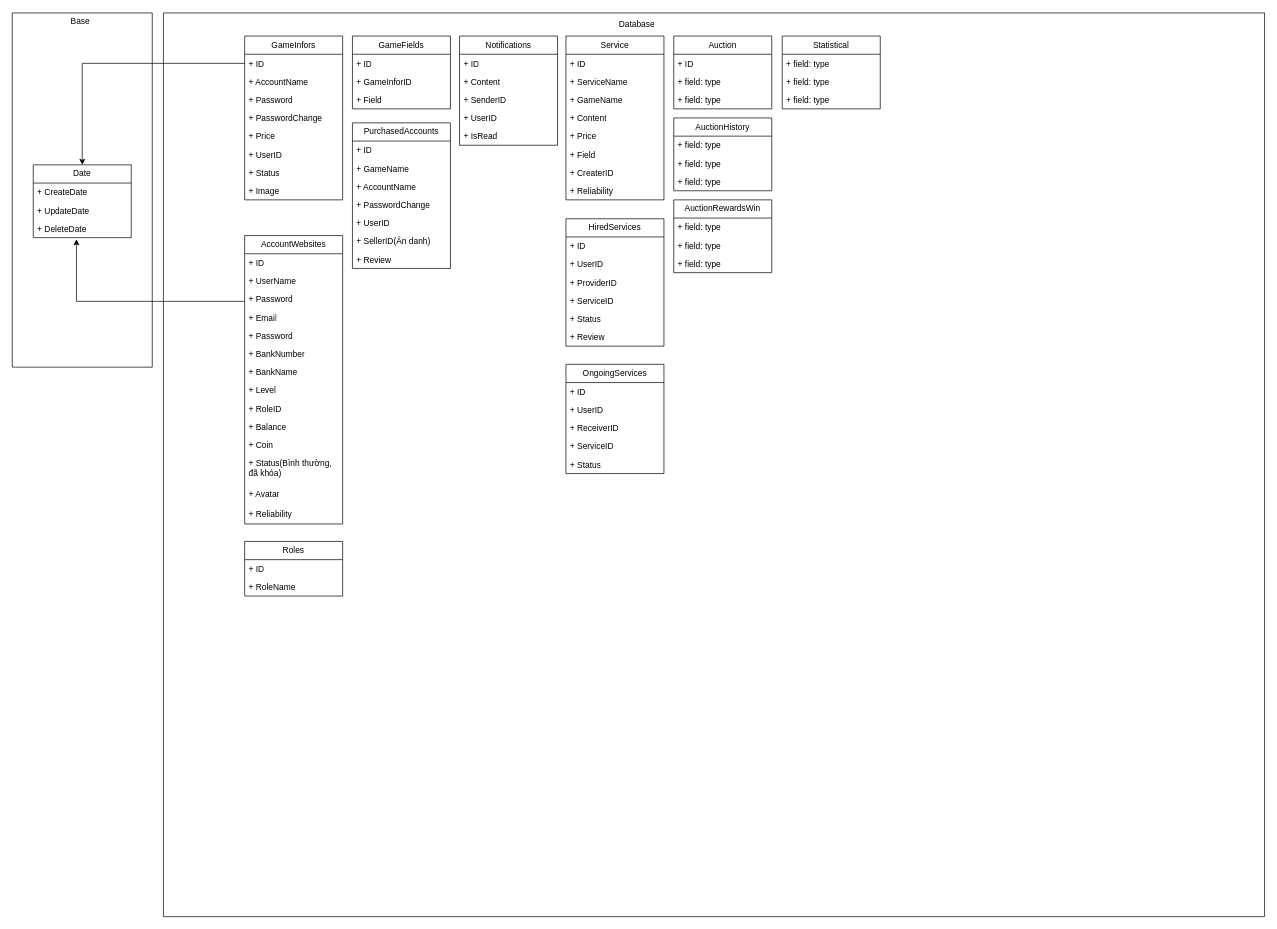
Before: Biểu đồ không có tiêu đề.drawio in RudeusGs/GameTradeZone, a draw.io diagram. Source tidied: cells renumbered, new cells numbered last; positions are measured from the earlier drawing's top-left corner, leaving out a move shared by most shapes. Both pictures are drawn from the tidied source at 70%, with x=0, y=0 at pixel (12, 12).
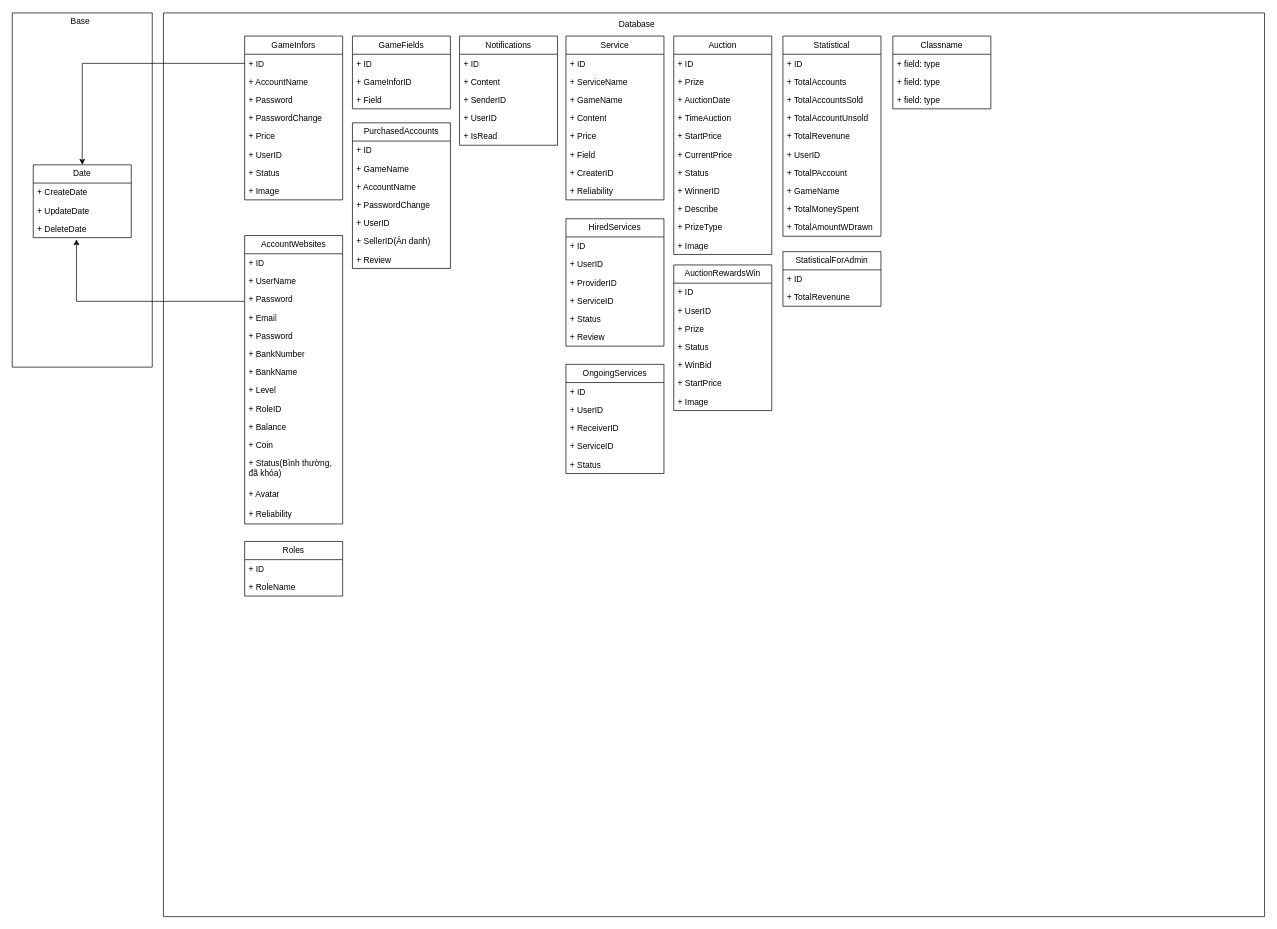
The same page after the edit.

The change refers to these unchanged cells:
```xml
<mxCell id="24" style="swimlane;startSize=0;" parent="1" vertex="1">
  <mxGeometry x="216" y="1" width="1573" height="1291" as="geometry" />
</mxCell>
```

Diff of the diagram source:
```diff
@@
     <mxCell id="78" value="Auction" style="swimlane;fontStyle=0;horizontal=1;startSize=26;fillColor=none;whiteSpace=wrap;html=1;" parent="24" vertex="1">
-      <mxGeometry x="729" y="33" width="140" height="104" as="geometry" />
+      <mxGeometry x="729" y="33" width="140" height="312" as="geometry" />
     </mxCell>
@@
-    <mxCell id="80" value="+ field: type" style="text;strokeColor=none;fillColor=none;align=left;verticalAlign=top;spacingLeft=4;spacingRight=4;overflow=hidden;whiteSpace=wrap;html=1;" parent="78" vertex="1">
+    <mxCell id="80" value="+ Prize" style="text;strokeColor=none;fillColor=none;align=left;verticalAlign=top;spacingLeft=4;spacingRight=4;overflow=hidden;whiteSpace=wrap;html=1;" parent="78" vertex="1">
       <mxGeometry y="52" width="140" height="26" as="geometry" />
     </mxCell>
-    <mxCell id="81" value="+ field: type" style="text;strokeColor=none;fillColor=none;align=left;verticalAlign=top;spacingLeft=4;spacingRight=4;overflow=hidden;whiteSpace=wrap;html=1;" parent="78" vertex="1">
+    <mxCell id="81" value="+ AuctionDate" style="text;strokeColor=none;fillColor=none;align=left;verticalAlign=top;spacingLeft=4;spacingRight=4;overflow=hidden;whiteSpace=wrap;html=1;" parent="78" vertex="1">
       <mxGeometry y="78" width="140" height="26" as="geometry" />
     </mxCell>
-    <mxCell id="82" value="AuctionHistory" style="swimlane;fontStyle=0;horizontal=1;startSize=26;fillColor=none;whiteSpace=wrap;html=1;" parent="24" vertex="1">
-      <mxGeometry x="729" y="150" width="140" height="104" as="geometry" />
-    </mxCell>
-    <mxCell id="83" value="+ field: type" style="text;strokeColor=none;fillColor=none;align=left;verticalAlign=top;spacingLeft=4;spacingRight=4;overflow=hidden;whiteSpace=wrap;html=1;" parent="82" vertex="1">
-      <mxGeometry y="26" width="140" height="26" as="geometry" />
-    </mxCell>
-    <mxCell id="84" value="+ field: type" style="text;strokeColor=none;fillColor=none;align=left;verticalAlign=top;spacingLeft=4;spacingRight=4;overflow=hidden;whiteSpace=wrap;html=1;" parent="82" vertex="1">
-      <mxGeometry y="52" width="140" height="26" as="geometry" />
-    </mxCell>
-    <mxCell id="85" value="+ field: type" style="text;strokeColor=none;fillColor=none;align=left;verticalAlign=top;spacingLeft=4;spacingRight=4;overflow=hidden;whiteSpace=wrap;html=1;" parent="82" vertex="1">
-      <mxGeometry y="78" width="140" height="26" as="geometry" />
-    </mxCell>
+    <mxCell id="95" value="+ TimeAuction" style="text;strokeColor=none;fillColor=none;align=left;verticalAlign=top;spacingLeft=4;spacingRight=4;overflow=hidden;whiteSpace=wrap;html=1;" parent="78" vertex="1">
+      <mxGeometry y="104" width="140" height="26" as="geometry" />
+    </mxCell>
+    <mxCell id="96" value="+ StartPrice" style="text;strokeColor=none;fillColor=none;align=left;verticalAlign=top;spacingLeft=4;spacingRight=4;overflow=hidden;whiteSpace=wrap;html=1;" parent="78" vertex="1">
+      <mxGeometry y="130" width="140" height="26" as="geometry" />
+    </mxCell>
+    <mxCell id="97" value="+ CurrentPrice" style="text;strokeColor=none;fillColor=none;align=left;verticalAlign=top;spacingLeft=4;spacingRight=4;overflow=hidden;whiteSpace=wrap;html=1;" parent="78" vertex="1">
+      <mxGeometry y="156" width="140" height="26" as="geometry" />
+    </mxCell>
+    <mxCell id="98" value="+ Status" style="text;strokeColor=none;fillColor=none;align=left;verticalAlign=top;spacingLeft=4;spacingRight=4;overflow=hidden;whiteSpace=wrap;html=1;" parent="78" vertex="1">
+      <mxGeometry y="182" width="140" height="26" as="geometry" />
+    </mxCell>
+    <mxCell id="99" value="+ WinnerID" style="text;strokeColor=none;fillColor=none;align=left;verticalAlign=top;spacingLeft=4;spacingRight=4;overflow=hidden;whiteSpace=wrap;html=1;" parent="78" vertex="1">
+      <mxGeometry y="208" width="140" height="26" as="geometry" />
+    </mxCell>
+    <mxCell id="100" value="+ Describe" style="text;strokeColor=none;fillColor=none;align=left;verticalAlign=top;spacingLeft=4;spacingRight=4;overflow=hidden;whiteSpace=wrap;html=1;" parent="78" vertex="1">
+      <mxGeometry y="234" width="140" height="26" as="geometry" />
+    </mxCell>
+    <mxCell id="101" value="+ PrizeType" style="text;strokeColor=none;fillColor=none;align=left;verticalAlign=top;spacingLeft=4;spacingRight=4;overflow=hidden;whiteSpace=wrap;html=1;" parent="78" vertex="1">
+      <mxGeometry y="260" width="140" height="26" as="geometry" />
+    </mxCell>
+    <mxCell id="102" value="+ Image" style="text;strokeColor=none;fillColor=none;align=left;verticalAlign=top;spacingLeft=4;spacingRight=4;overflow=hidden;whiteSpace=wrap;html=1;" parent="78" vertex="1">
+      <mxGeometry y="286" width="140" height="26" as="geometry" />
+    </mxCell>
     <mxCell id="86" value="AuctionRewardsWin" style="swimlane;fontStyle=0;horizontal=1;startSize=26;fillColor=none;whiteSpace=wrap;html=1;" parent="24" vertex="1">
-      <mxGeometry x="729" y="267" width="140" height="104" as="geometry" />
+      <mxGeometry x="729" y="360" width="140" height="208" as="geometry" />
     </mxCell>
-    <mxCell id="87" value="+ field: type" style="text;strokeColor=none;fillColor=none;align=left;verticalAlign=top;spacingLeft=4;spacingRight=4;overflow=hidden;whiteSpace=wrap;html=1;" parent="86" vertex="1">
+    <mxCell id="87" value="+ ID" style="text;strokeColor=none;fillColor=none;align=left;verticalAlign=top;spacingLeft=4;spacingRight=4;overflow=hidden;whiteSpace=wrap;html=1;" parent="86" vertex="1">
       <mxGeometry y="26" width="140" height="26" as="geometry" />
     </mxCell>
-    <mxCell id="88" value="+ field: type" style="text;strokeColor=none;fillColor=none;align=left;verticalAlign=top;spacingLeft=4;spacingRight=4;overflow=hidden;whiteSpace=wrap;html=1;" parent="86" vertex="1">
+    <mxCell id="88" value="+ UserID" style="text;strokeColor=none;fillColor=none;align=left;verticalAlign=top;spacingLeft=4;spacingRight=4;overflow=hidden;whiteSpace=wrap;html=1;" parent="86" vertex="1">
       <mxGeometry y="52" width="140" height="26" as="geometry" />
     </mxCell>
-    <mxCell id="89" value="+ field: type" style="text;strokeColor=none;fillColor=none;align=left;verticalAlign=top;spacingLeft=4;spacingRight=4;overflow=hidden;whiteSpace=wrap;html=1;" parent="86" vertex="1">
+    <mxCell id="89" value="+ Prize" style="text;strokeColor=none;fillColor=none;align=left;verticalAlign=top;spacingLeft=4;spacingRight=4;overflow=hidden;whiteSpace=wrap;html=1;" parent="86" vertex="1">
       <mxGeometry y="78" width="140" height="26" as="geometry" />
     </mxCell>
+    <mxCell id="103" value="+ Status" style="text;strokeColor=none;fillColor=none;align=left;verticalAlign=top;spacingLeft=4;spacingRight=4;overflow=hidden;whiteSpace=wrap;html=1;" parent="86" vertex="1">
+      <mxGeometry y="104" width="140" height="26" as="geometry" />
+    </mxCell>
+    <mxCell id="104" value="+ WinBid" style="text;strokeColor=none;fillColor=none;align=left;verticalAlign=top;spacingLeft=4;spacingRight=4;overflow=hidden;whiteSpace=wrap;html=1;" parent="86" vertex="1">
+      <mxGeometry y="130" width="140" height="26" as="geometry" />
+    </mxCell>
+    <mxCell id="105" value="+ StartPrice" style="text;strokeColor=none;fillColor=none;align=left;verticalAlign=top;spacingLeft=4;spacingRight=4;overflow=hidden;whiteSpace=wrap;html=1;" parent="86" vertex="1">
+      <mxGeometry y="156" width="140" height="26" as="geometry" />
+    </mxCell>
+    <mxCell id="106" value="+ Image" style="text;strokeColor=none;fillColor=none;align=left;verticalAlign=top;spacingLeft=4;spacingRight=4;overflow=hidden;whiteSpace=wrap;html=1;" parent="86" vertex="1">
+      <mxGeometry y="182" width="140" height="26" as="geometry" />
+    </mxCell>
     <mxCell id="90" value="Statistical" style="swimlane;fontStyle=0;horizontal=1;startSize=26;fillColor=none;whiteSpace=wrap;html=1;" parent="24" vertex="1">
-      <mxGeometry x="884" y="33" width="140" height="104" as="geometry" />
+      <mxGeometry x="885" y="33" width="140" height="286" as="geometry" />
     </mxCell>
-    <mxCell id="91" value="+ field: type" style="text;strokeColor=none;fillColor=none;align=left;verticalAlign=top;spacingLeft=4;spacingRight=4;overflow=hidden;whiteSpace=wrap;html=1;" parent="90" vertex="1">
+    <mxCell id="91" value="+ ID" style="text;strokeColor=none;fillColor=none;align=left;verticalAlign=top;spacingLeft=4;spacingRight=4;overflow=hidden;whiteSpace=wrap;html=1;" parent="90" vertex="1">
       <mxGeometry y="26" width="140" height="26" as="geometry" />
     </mxCell>
-    <mxCell id="92" value="+ field: type" style="text;strokeColor=none;fillColor=none;align=left;verticalAlign=top;spacingLeft=4;spacingRight=4;overflow=hidden;whiteSpace=wrap;html=1;" parent="90" vertex="1">
+    <mxCell id="92" value="+ TotalAccounts" style="text;strokeColor=none;fillColor=none;align=left;verticalAlign=top;spacingLeft=4;spacingRight=4;overflow=hidden;whiteSpace=wrap;html=1;" parent="90" vertex="1">
       <mxGeometry y="52" width="140" height="26" as="geometry" />
     </mxCell>
-    <mxCell id="93" value="+ field: type" style="text;strokeColor=none;fillColor=none;align=left;verticalAlign=top;spacingLeft=4;spacingRight=4;overflow=hidden;whiteSpace=wrap;html=1;" parent="90" vertex="1">
+    <mxCell id="93" value="+ TotalAccountsSold" style="text;strokeColor=none;fillColor=none;align=left;verticalAlign=top;spacingLeft=4;spacingRight=4;overflow=hidden;whiteSpace=wrap;html=1;" parent="90" vertex="1">
       <mxGeometry y="78" width="140" height="26" as="geometry" />
     </mxCell>
+    <mxCell id="107" value="+ TotalAccountUnsold" style="text;strokeColor=none;fillColor=none;align=left;verticalAlign=top;spacingLeft=4;spacingRight=4;overflow=hidden;whiteSpace=wrap;html=1;" parent="90" vertex="1">
+      <mxGeometry y="104" width="140" height="26" as="geometry" />
+    </mxCell>
+    <mxCell id="108" value="+ TotalRevenune" style="text;strokeColor=none;fillColor=none;align=left;verticalAlign=top;spacingLeft=4;spacingRight=4;overflow=hidden;whiteSpace=wrap;html=1;" parent="90" vertex="1">
+      <mxGeometry y="130" width="140" height="26" as="geometry" />
+    </mxCell>
+    <mxCell id="109" value="+ UserID" style="text;strokeColor=none;fillColor=none;align=left;verticalAlign=top;spacingLeft=4;spacingRight=4;overflow=hidden;whiteSpace=wrap;html=1;" parent="90" vertex="1">
+      <mxGeometry y="156" width="140" height="26" as="geometry" />
+    </mxCell>
+    <mxCell id="110" value="+ TotalPAccount" style="text;strokeColor=none;fillColor=none;align=left;verticalAlign=top;spacingLeft=4;spacingRight=4;overflow=hidden;whiteSpace=wrap;html=1;" parent="90" vertex="1">
+      <mxGeometry y="182" width="140" height="26" as="geometry" />
+    </mxCell>
+    <mxCell id="111" value="+ GameName" style="text;strokeColor=none;fillColor=none;align=left;verticalAlign=top;spacingLeft=4;spacingRight=4;overflow=hidden;whiteSpace=wrap;html=1;" parent="90" vertex="1">
+      <mxGeometry y="208" width="140" height="26" as="geometry" />
+    </mxCell>
+    <mxCell id="112" value="+ TotalMoneySpent" style="text;strokeColor=none;fillColor=none;align=left;verticalAlign=top;spacingLeft=4;spacingRight=4;overflow=hidden;whiteSpace=wrap;html=1;" parent="90" vertex="1">
+      <mxGeometry y="234" width="140" height="26" as="geometry" />
+    </mxCell>
+    <mxCell id="113" value="+ TotalAmountWDrawn" style="text;strokeColor=none;fillColor=none;align=left;verticalAlign=top;spacingLeft=4;spacingRight=4;overflow=hidden;whiteSpace=wrap;html=1;" parent="90" vertex="1">
+      <mxGeometry y="260" width="140" height="26" as="geometry" />
+    </mxCell>
+    <mxCell id="114" value="StatisticalForAdmin" style="swimlane;fontStyle=0;horizontal=1;startSize=26;fillColor=none;whiteSpace=wrap;html=1;" parent="24" vertex="1">
+      <mxGeometry x="885" y="341" width="140" height="78" as="geometry" />
+    </mxCell>
+    <mxCell id="115" value="+ ID" style="text;strokeColor=none;fillColor=none;align=left;verticalAlign=top;spacingLeft=4;spacingRight=4;overflow=hidden;whiteSpace=wrap;html=1;" parent="114" vertex="1">
+      <mxGeometry y="26" width="140" height="26" as="geometry" />
+    </mxCell>
+    <mxCell id="116" value="+ TotalRevenune" style="text;strokeColor=none;fillColor=none;align=left;verticalAlign=top;spacingLeft=4;spacingRight=4;overflow=hidden;whiteSpace=wrap;html=1;" parent="114" vertex="1">
+      <mxGeometry y="52" width="140" height="26" as="geometry" />
+    </mxCell>
@@
+    <mxCell id="117" value="Classname" style="swimlane;fontStyle=0;horizontal=1;startSize=26;fillColor=none;whiteSpace=wrap;html=1;" parent="1" vertex="1">
+      <mxGeometry x="1258" y="34" width="140" height="104" as="geometry" />
+    </mxCell>
+    <mxCell id="83" value="+ field: type" style="text;strokeColor=none;fillColor=none;align=left;verticalAlign=top;spacingLeft=4;spacingRight=4;overflow=hidden;whiteSpace=wrap;html=1;" parent="117" vertex="1">
+      <mxGeometry y="26" width="140" height="26" as="geometry" />
+    </mxCell>
+    <mxCell id="84" value="+ field: type" style="text;strokeColor=none;fillColor=none;align=left;verticalAlign=top;spacingLeft=4;spacingRight=4;overflow=hidden;whiteSpace=wrap;html=1;" parent="117" vertex="1">
+      <mxGeometry y="52" width="140" height="26" as="geometry" />
+    </mxCell>
+    <mxCell id="85" value="+ field: type" style="text;strokeColor=none;fillColor=none;align=left;verticalAlign=top;spacingLeft=4;spacingRight=4;overflow=hidden;whiteSpace=wrap;html=1;" parent="117" vertex="1">
+      <mxGeometry y="78" width="140" height="26" as="geometry" />
+    </mxCell>
```
